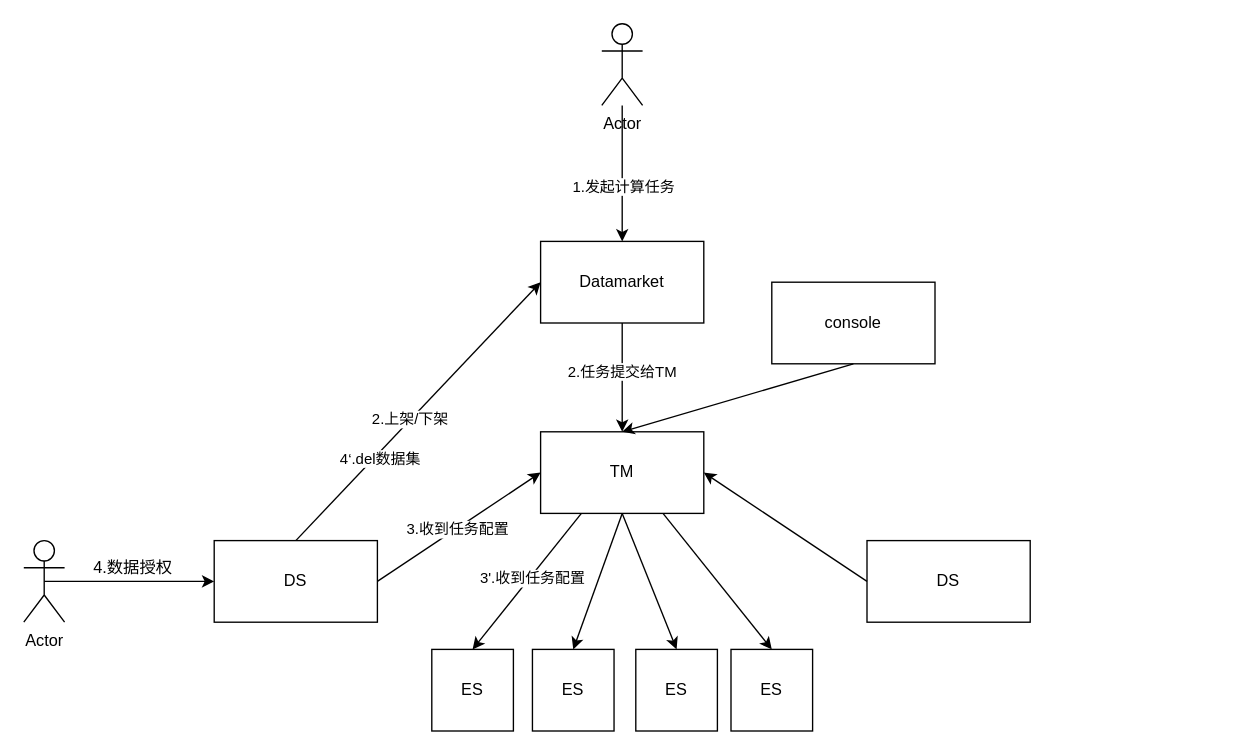
Before: data_auth_.drawio in yankaili2006/drawing_io, a draw.io diagram. Source tidied: cells renumbered, new cells numbered last; positions are measured from the earlier drawing's top-left corner, leaving out a move shared by most shapes. Both pictures are drawn from the tidied source at 136%, with x=0, y=0 at pixel (23, 23).
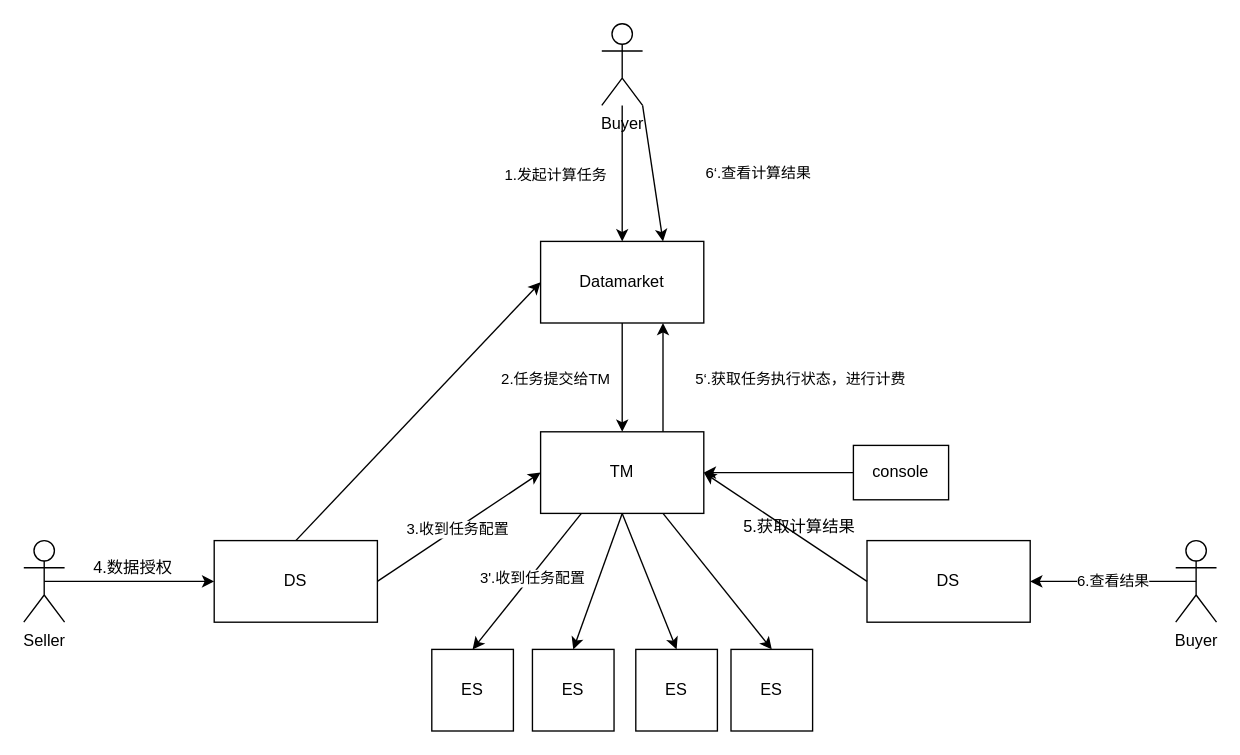
The same page after the edit.

Unchanged cells that the change refers to:
```xml
<mxCell id="3" value="TM" style="rounded=0;whiteSpace=wrap;html=1;" parent="1" vertex="1">
  <mxGeometry x="380" y="300" width="120" height="60" as="geometry" />
</mxCell>
<mxCell id="8" value="DS" style="rounded=0;whiteSpace=wrap;html=1;" parent="1" vertex="1">
  <mxGeometry x="620" y="380" width="120" height="60" as="geometry" />
</mxCell>
<mxCell id="10" value="Datamarket" style="rounded=0;whiteSpace=wrap;html=1;" parent="1" vertex="1">
  <mxGeometry x="380" y="160" width="120" height="60" as="geometry" />
</mxCell>
<mxCell id="11" style="endArrow=classic;html=1;exitX=0.5;exitY=0;exitDx=0;exitDy=0;entryX=0;entryY=0.5;entryDx=0;entryDy=0;" parent="1" edge="1" source="2" target="10">
  <mxGeometry relative="1" as="geometry" />
</mxCell>
<mxCell id="23" style="endArrow=classic;html=1;entryX=0.5;entryY=0;entryDx=0;entryDy=0;exitX=0.5;exitY=1;exitDx=0;exitDy=0;" parent="1" edge="1" source="10" target="3">
  <mxGeometry relative="1" as="geometry" />
</mxCell>
<mxCell id="29" style="endArrow=classic;html=1;entryX=0.5;entryY=0;entryDx=0;entryDy=0;" parent="1" edge="1" source="28" target="10">
  <mxGeometry relative="1" as="geometry" />
</mxCell>
```

What changed in the source:
```diff
@@
     <mxCell id="9" value="console" style="rounded=0;whiteSpace=wrap;html=1;" parent="1" vertex="1">
-      <mxGeometry x="550" y="190" width="120" height="60" as="geometry" />
+      <mxGeometry x="610" y="310" width="70" height="40" as="geometry" />
     </mxCell>
@@
-    <mxCell id="12" value="2.上架/下架" style="edgeLabel;html=1;align=center;verticalAlign=middle;" parent="11" vertex="1">
-      <mxGeometry x="-0.06" y="1" relative="1" as="geometry" />
-    </mxCell>
-    <mxCell id="13" value="4‘.del数据集" style="edgeLabel;html=1;align=center;verticalAlign=middle;" parent="11" vertex="1">
-      <mxGeometry x="-0.34" y="-3" relative="1" as="geometry" />
-    </mxCell>
-    <mxCell id="14" value="Actor" style="shape=umlActor;verticalLabelPosition=bottom;labelBackgroundColor=#ffffff;verticalAlign=top;html=1;outlineConnect=0;" parent="1" vertex="1">
+    <mxCell id="14" value="Seller" style="shape=umlActor;verticalLabelPosition=bottom;labelBackgroundColor=#ffffff;verticalAlign=top;html=1;outlineConnect=0;" parent="1" vertex="1">
       <mxGeometry y="380" width="30" height="60" as="geometry" />
     </mxCell>
@@
-    <mxCell id="22" style="endArrow=classic;html=1;entryX=0.5;entryY=0;entryDx=0;entryDy=0;exitX=0.5;exitY=1;exitDx=0;exitDy=0;" parent="1" edge="1" source="9" target="3">
+    <mxCell id="22" style="endArrow=classic;html=1;entryX=1;entryY=0.5;entryDx=0;entryDy=0;exitX=0;exitY=0.5;exitDx=0;exitDy=0;" parent="1" edge="1" source="9" target="3">
       <mxGeometry relative="1" as="geometry" />
     </mxCell>
@@
     <mxCell id="24" value="2.任务提交给TM" style="edgeLabel;html=1;align=center;verticalAlign=middle;" parent="23" vertex="1">
-      <mxGeometry x="-0.12" y="-1" relative="1" as="geometry" />
+      <mxGeometry x="-0.12" y="-1" relative="1" as="geometry">
+        <mxPoint x="-49" y="5" as="offset" />
+      </mxGeometry>
     </mxCell>
@@
-    <mxCell id="28" value="Actor" style="shape=umlActor;verticalLabelPosition=bottom;labelBackgroundColor=#ffffff;verticalAlign=top;html=1;outlineConnect=0;" parent="1" vertex="1">
+    <mxCell id="28" value="Buyer" style="shape=umlActor;verticalLabelPosition=bottom;labelBackgroundColor=#ffffff;verticalAlign=top;html=1;outlineConnect=0;" parent="1" vertex="1">
       <mxGeometry x="425" width="30" height="60" as="geometry" />
     </mxCell>
@@
     <mxCell id="30" value="1.发起计算任务" style="edgeLabel;html=1;align=center;verticalAlign=middle;" parent="29" vertex="1">
       <mxGeometry x="-0.1" relative="1" as="geometry">
-        <mxPoint y="14.2" as="offset" />
+        <mxPoint x="-50" y="5" as="offset" />
       </mxGeometry>
     </mxCell>
+    <mxCell id="31" value="5‘.获取任务执行状态，进行计费" style="edgeLabel;html=1;align=center;verticalAlign=middle;" parent="29" vertex="1">
+      <mxGeometry x="-0.23" y="3" relative="1" as="geometry">
+        <mxPoint x="127" y="161.7" as="offset" />
+      </mxGeometry>
+    </mxCell>
+    <mxCell id="32" value="5.获取计算结果" style="text;html=1;align=center;verticalAlign=middle;" parent="1" vertex="1">
+      <mxGeometry x="520" y="360" width="100" height="20" as="geometry" />
+    </mxCell>
+    <mxCell id="33" style="endArrow=classic;html=1;entryX=0.75;entryY=1;entryDx=0;entryDy=0;exitX=0.75;exitY=0;exitDx=0;exitDy=0;" parent="1" edge="1" source="3" target="10">
+      <mxGeometry relative="1" as="geometry" />
+    </mxCell>
+    <mxCell id="34" value="Buyer" style="shape=umlActor;verticalLabelPosition=bottom;labelBackgroundColor=#ffffff;verticalAlign=top;html=1;outlineConnect=0;" parent="1" vertex="1">
+      <mxGeometry x="847" y="380" width="30" height="60" as="geometry" />
+    </mxCell>
+    <mxCell id="35" value="6.查看结果" style="endArrow=classic;html=1;exitX=0.5;exitY=0.5;exitDx=0;exitDy=0;exitPerimeter=0;entryX=1;entryY=0.5;entryDx=0;entryDy=0;" parent="1" edge="1" source="34" target="8">
+      <mxGeometry relative="1" as="geometry" />
+    </mxCell>
+    <mxCell id="36" value="6‘.查看计算结果" style="endArrow=classic;html=1;entryX=0.75;entryY=0;entryDx=0;entryDy=0;exitX=1;exitY=1;exitDx=0;exitDy=0;exitPerimeter=0;" parent="1" edge="1" source="28" target="10">
+      <mxGeometry x="0.23" y="77" relative="1" as="geometry" />
+    </mxCell>
```
